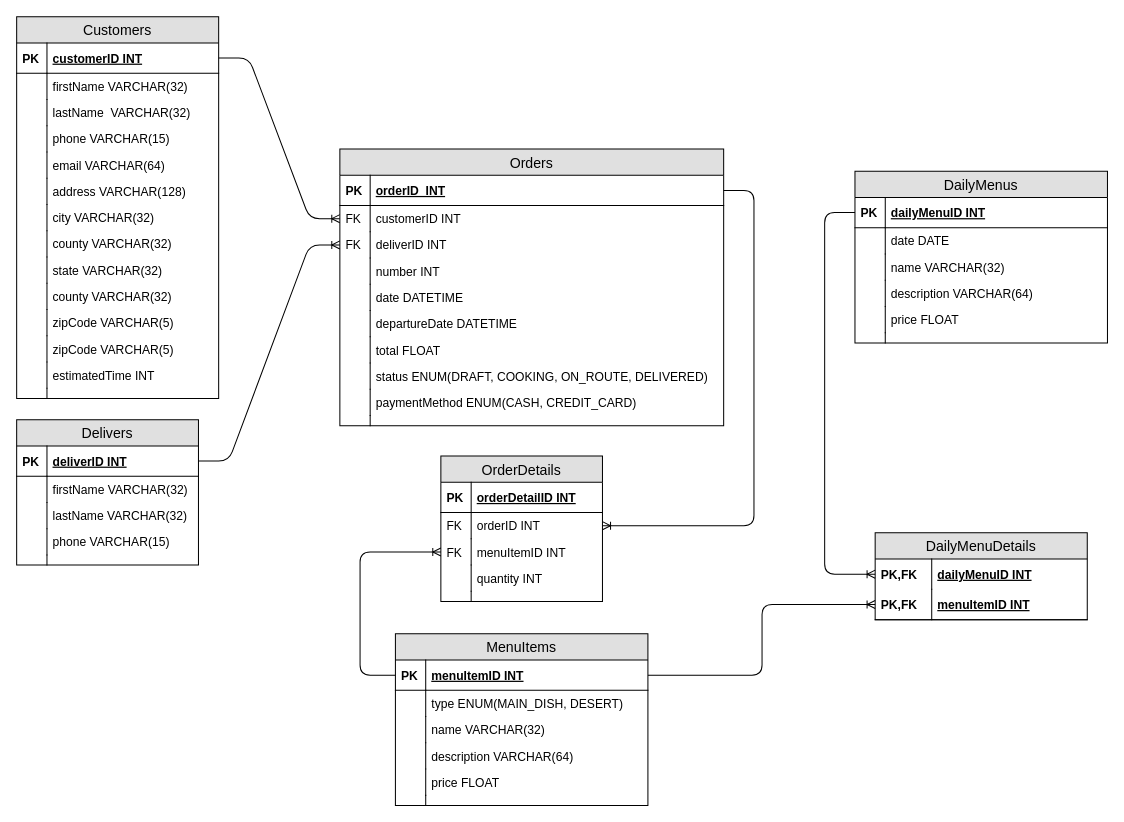
elbertcastaneda/oc-MapFoodDeliverySiteExpressFood keeps this draw.io diagram as oc-MapFoodDeliverySiteExpressFood.drawio. Above is the earlier version. Source tidied: cells renumbered, new cells numbered last; positions are measured from the earlier drawing's top-left corner, leaving out a move shared by most shapes. Both pictures are drawn from the tidied source at 101%, with x=0, y=0 at pixel (16, 16).
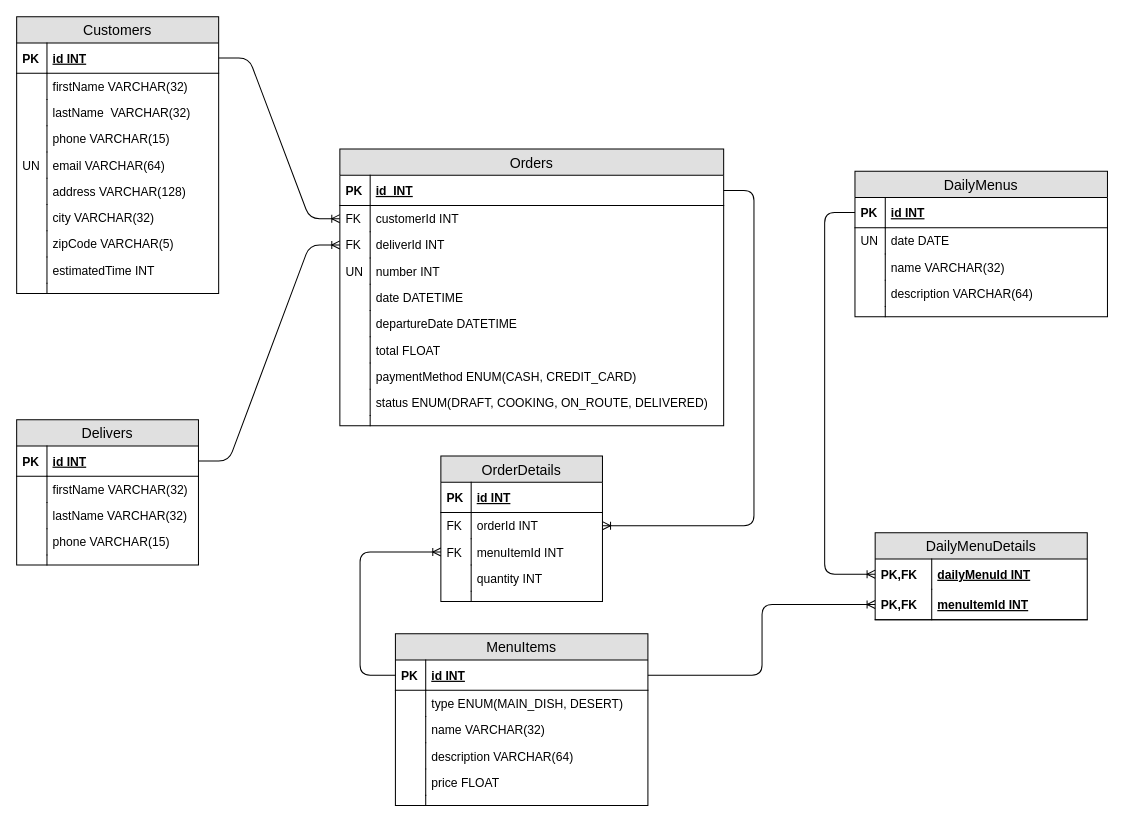
The same diagram, later.

Unchanged cells that the change refers to:
```xml
<mxCell id="2" style="group;" parent="1" vertex="1">
  <mxGeometry y="18" width="200" height="326" as="geometry" />
</mxCell>
<mxCell id="12" value="email VARCHAR(64)" style="shape=partialRectangle;top=0;left=0;right=0;bottom=0;align=left;verticalAlign=top;fillColor=none;spacingLeft=34;spacingRight=4;overflow=hidden;fontSize=12;" parent="3" vertex="1">
  <mxGeometry y="134" width="200" height="26" as="geometry" />
</mxCell>
<mxCell id="33" value="Orders" style="swimlane;fontStyle=0;horizontal=1;startSize=26;fillColor=#e0e0e0;swimlaneFillColor=#ffffff;align=center;fontSize=14;" parent="1" vertex="1">
  <mxGeometry x="320" y="131" width="380" height="274" as="geometry" />
</mxCell>
<mxCell id="40" value="number INT" style="shape=partialRectangle;top=0;left=0;right=0;bottom=0;align=left;verticalAlign=top;fillColor=none;spacingLeft=34;spacingRight=4;overflow=hidden;fontSize=12;" parent="33" vertex="1">
  <mxGeometry y="108" width="380" height="26" as="geometry" />
</mxCell>
<mxCell id="56" value="OrderDetails" style="swimlane;fontStyle=0;horizontal=1;startSize=26;fillColor=#e0e0e0;swimlaneFillColor=#ffffff;align=center;fontSize=14;" parent="55" vertex="1">
  <mxGeometry width="160" height="144" as="geometry" />
</mxCell>
<mxCell id="68" value="Delivers" style="swimlane;fontStyle=0;horizontal=1;startSize=26;fillColor=#e0e0e0;swimlaneFillColor=#ffffff;align=center;fontSize=14;" parent="1" vertex="1">
  <mxGeometry y="399" width="180" height="144" as="geometry" />
</mxCell>
<mxCell id="79" value="MenuItems" style="swimlane;fontStyle=0;horizontal=1;startSize=26;fillColor=#e0e0e0;swimlaneFillColor=#ffffff;align=center;fontSize=14;" parent="1" vertex="1">
  <mxGeometry x="375" y="611" width="250" height="170" as="geometry" />
</mxCell>
<mxCell id="96" value="date DATE" style="shape=partialRectangle;top=0;left=0;right=0;bottom=0;align=left;verticalAlign=top;fillColor=none;spacingLeft=34;spacingRight=4;overflow=hidden;fontSize=12;" parent="93" vertex="1">
  <mxGeometry y="56" width="250" height="26" as="geometry" />
</mxCell>
<mxCell id="106" value="DailyMenuDetails" style="swimlane;fontStyle=0;horizontal=1;startSize=26;fillColor=#e0e0e0;swimlaneFillColor=#ffffff;align=center;fontSize=14;" parent="1" vertex="1">
  <mxGeometry x="850" y="511" width="210" height="86" as="geometry" />
</mxCell>
```

The edit, as a diff of the source:
```diff
@@
     <mxCell id="3" value="Customers" style="swimlane;fontStyle=0;horizontal=1;startSize=26;fillColor=#e0e0e0;swimlaneFillColor=#ffffff;align=center;fontSize=14;" parent="2" vertex="1">
-      <mxGeometry y="-18" width="200" height="378" as="geometry" />
+      <mxGeometry y="-18" width="200" height="274" as="geometry" />
     </mxCell>
-    <mxCell id="4" value="customerID INT" style="shape=partialRectangle;top=0;left=0;right=0;bottom=1;align=left;verticalAlign=middle;fillColor=none;spacingLeft=34;spacingRight=4;overflow=hidden;points=[[0,0.5],[1,0.5]];portConstraint=eastwest;fontStyle=5;fontSize=12;" parent="3" vertex="1">
+    <mxCell id="4" value="id INT" style="shape=partialRectangle;top=0;left=0;right=0;bottom=1;align=left;verticalAlign=middle;fillColor=none;spacingLeft=34;spacingRight=4;overflow=hidden;points=[[0,0.5],[1,0.5]];portConstraint=eastwest;fontStyle=5;fontSize=12;" parent="3" vertex="1">
       <mxGeometry y="26" width="200" height="30" as="geometry" />
     </mxCell>
@@
-    <mxCell id="13" style="shape=partialRectangle;top=0;left=0;bottom=0;fillColor=none;align=left;verticalAlign=top;spacingLeft=4;spacingRight=4;overflow=hidden;fontSize=12;" parent="12" vertex="1">
+    <mxCell id="13" value="UN" style="shape=partialRectangle;top=0;left=0;bottom=0;fillColor=none;align=left;verticalAlign=top;spacingLeft=4;spacingRight=4;overflow=hidden;fontSize=12;" parent="12" vertex="1">
       <mxGeometry width="30" height="26" as="geometry" />
     </mxCell>
@@
-    <mxCell id="18" value="county VARCHAR(32)" style="shape=partialRectangle;top=0;left=0;right=0;bottom=0;align=left;verticalAlign=top;fillColor=none;spacingLeft=34;spacingRight=4;overflow=hidden;fontSize=12;" parent="3" vertex="1">
-      <mxGeometry y="212" width="200" height="26" as="geometry" />
-    </mxCell>
-    <mxCell id="19" style="shape=partialRectangle;top=0;left=0;bottom=0;fillColor=none;align=left;verticalAlign=top;spacingLeft=4;spacingRight=4;overflow=hidden;fontSize=12;" parent="18" vertex="1">
-      <mxGeometry width="30" height="26" as="geometry" />
-    </mxCell>
-    <mxCell id="20" value="state VARCHAR(32)" style="shape=partialRectangle;top=0;left=0;right=0;bottom=0;align=left;verticalAlign=top;fillColor=none;spacingLeft=34;spacingRight=4;overflow=hidden;fontSize=12;" parent="3" vertex="1">
-      <mxGeometry y="238" width="200" height="26" as="geometry" />
-    </mxCell>
-    <mxCell id="21" style="shape=partialRectangle;top=0;left=0;bottom=0;fillColor=none;align=left;verticalAlign=top;spacingLeft=4;spacingRight=4;overflow=hidden;fontSize=12;" parent="20" vertex="1">
-      <mxGeometry width="30" height="26" as="geometry" />
-    </mxCell>
-    <mxCell id="22" value="county VARCHAR(32)" style="shape=partialRectangle;top=0;left=0;right=0;bottom=0;align=left;verticalAlign=top;fillColor=none;spacingLeft=34;spacingRight=4;overflow=hidden;fontSize=12;" parent="3" vertex="1">
-      <mxGeometry y="264" width="200" height="26" as="geometry" />
-    </mxCell>
-    <mxCell id="23" style="shape=partialRectangle;top=0;left=0;bottom=0;fillColor=none;align=left;verticalAlign=top;spacingLeft=4;spacingRight=4;overflow=hidden;fontSize=12;" parent="22" vertex="1">
-      <mxGeometry width="30" height="26" as="geometry" />
-    </mxCell>
     <mxCell id="24" value="zipCode VARCHAR(5)" style="shape=partialRectangle;top=0;left=0;right=0;bottom=0;align=left;verticalAlign=top;fillColor=none;spacingLeft=34;spacingRight=4;overflow=hidden;fontSize=12;" parent="3" vertex="1">
-      <mxGeometry y="290" width="200" height="26" as="geometry" />
+      <mxGeometry y="212" width="200" height="26" as="geometry" />
     </mxCell>
@@
-    <mxCell id="26" value="zipCode VARCHAR(5)" style="shape=partialRectangle;top=0;left=0;right=0;bottom=0;align=left;verticalAlign=top;fillColor=none;spacingLeft=34;spacingRight=4;overflow=hidden;fontSize=12;" parent="3" vertex="1">
-      <mxGeometry y="316" width="200" height="26" as="geometry" />
-    </mxCell>
-    <mxCell id="27" style="shape=partialRectangle;top=0;left=0;bottom=0;fillColor=none;align=left;verticalAlign=top;spacingLeft=4;spacingRight=4;overflow=hidden;fontSize=12;" parent="26" vertex="1">
-      <mxGeometry width="30" height="26" as="geometry" />
-    </mxCell>
     <mxCell id="28" value="estimatedTime INT" style="shape=partialRectangle;top=0;left=0;right=0;bottom=0;align=left;verticalAlign=top;fillColor=none;spacingLeft=34;spacingRight=4;overflow=hidden;fontSize=12;" parent="3" vertex="1">
-      <mxGeometry y="342" width="200" height="26" as="geometry" />
+      <mxGeometry y="238" width="200" height="26" as="geometry" />
     </mxCell>
@@
     <mxCell id="30" style="shape=partialRectangle;top=0;left=0;right=0;bottom=0;align=left;verticalAlign=top;fillColor=none;spacingLeft=34;spacingRight=4;overflow=hidden;fontSize=12;" parent="3" vertex="1">
-      <mxGeometry y="368" width="200" height="10" as="geometry" />
+      <mxGeometry y="264" width="200" height="10" as="geometry" />
     </mxCell>
@@
-    <mxCell id="34" value="orderID  INT" style="shape=partialRectangle;top=0;left=0;right=0;bottom=1;align=left;verticalAlign=middle;fillColor=none;spacingLeft=34;spacingRight=4;overflow=hidden;points=[[0,0.5],[1,0.5]];portConstraint=eastwest;fontStyle=5;fontSize=12;" parent="33" vertex="1">
+    <mxCell id="34" value="id  INT" style="shape=partialRectangle;top=0;left=0;right=0;bottom=1;align=left;verticalAlign=middle;fillColor=none;spacingLeft=34;spacingRight=4;overflow=hidden;points=[[0,0.5],[1,0.5]];portConstraint=eastwest;fontStyle=5;fontSize=12;" parent="33" vertex="1">
       <mxGeometry y="26" width="380" height="30" as="geometry" />
     </mxCell>
@@
-    <mxCell id="36" value="customerID INT" style="shape=partialRectangle;top=0;left=0;right=0;bottom=0;align=left;verticalAlign=top;fillColor=none;spacingLeft=34;spacingRight=4;overflow=hidden;points=[[0,0.5],[1,0.5]];portConstraint=eastwest;fontSize=12;" parent="33" vertex="1">
+    <mxCell id="36" value="customerId INT" style="shape=partialRectangle;top=0;left=0;right=0;bottom=0;align=left;verticalAlign=top;fillColor=none;spacingLeft=34;spacingRight=4;overflow=hidden;points=[[0,0.5],[1,0.5]];portConstraint=eastwest;fontSize=12;" parent="33" vertex="1">
       <mxGeometry y="56" width="380" height="26" as="geometry" />
     </mxCell>
@@
-    <mxCell id="38" value="deliverID INT" style="shape=partialRectangle;top=0;left=0;right=0;bottom=0;align=left;verticalAlign=top;fillColor=none;spacingLeft=34;spacingRight=4;overflow=hidden;points=[[0,0.5],[1,0.5]];portConstraint=eastwest;fontSize=12;" parent="33" vertex="1">
+    <mxCell id="38" value="deliverId INT" style="shape=partialRectangle;top=0;left=0;right=0;bottom=0;align=left;verticalAlign=top;fillColor=none;spacingLeft=34;spacingRight=4;overflow=hidden;points=[[0,0.5],[1,0.5]];portConstraint=eastwest;fontSize=12;" parent="33" vertex="1">
       <mxGeometry y="82" width="380" height="26" as="geometry" />
     </mxCell>
@@
-    <mxCell id="41" style="shape=partialRectangle;top=0;left=0;bottom=0;fillColor=none;align=left;verticalAlign=top;spacingLeft=4;spacingRight=4;overflow=hidden;fontSize=12;" parent="40" vertex="1">
+    <mxCell id="41" value="UN" style="shape=partialRectangle;top=0;left=0;bottom=0;fillColor=none;align=left;verticalAlign=top;spacingLeft=4;spacingRight=4;overflow=hidden;fontSize=12;" parent="40" vertex="1">
       <mxGeometry width="30" height="26" as="geometry" />
     </mxCell>
@@
+    <mxCell id="50" value="paymentMethod ENUM(CASH, CREDIT_CARD)" style="shape=partialRectangle;top=0;left=0;right=0;bottom=0;align=left;verticalAlign=top;fillColor=none;spacingLeft=34;spacingRight=4;overflow=hidden;fontSize=12;" parent="33" vertex="1">
+      <mxGeometry y="212" width="380" height="26" as="geometry" />
+    </mxCell>
+    <mxCell id="51" style="shape=partialRectangle;top=0;left=0;bottom=0;fillColor=none;align=left;verticalAlign=top;spacingLeft=4;spacingRight=4;overflow=hidden;fontSize=12;" parent="50" vertex="1">
+      <mxGeometry width="30" height="26" as="geometry" />
+    </mxCell>
     <mxCell id="48" value="status ENUM(DRAFT, COOKING, ON_ROUTE, DELIVERED)" style="shape=partialRectangle;top=0;left=0;right=0;bottom=0;align=left;verticalAlign=top;fillColor=none;spacingLeft=34;spacingRight=4;overflow=hidden;fontSize=12;" parent="33" vertex="1">
-      <mxGeometry y="212" width="380" height="26" as="geometry" />
+      <mxGeometry y="238" width="380" height="26" as="geometry" />
     </mxCell>
@@
-    <mxCell id="50" value="paymentMethod ENUM(CASH, CREDIT_CARD)" style="shape=partialRectangle;top=0;left=0;right=0;bottom=0;align=left;verticalAlign=top;fillColor=none;spacingLeft=34;spacingRight=4;overflow=hidden;fontSize=12;" parent="33" vertex="1">
-      <mxGeometry y="238" width="380" height="26" as="geometry" />
-    </mxCell>
-    <mxCell id="51" style="shape=partialRectangle;top=0;left=0;bottom=0;fillColor=none;align=left;verticalAlign=top;spacingLeft=4;spacingRight=4;overflow=hidden;fontSize=12;" parent="50" vertex="1">
-      <mxGeometry width="30" height="26" as="geometry" />
-    </mxCell>
@@
-    <mxCell id="57" value="orderDetailID INT" style="shape=partialRectangle;top=0;left=0;right=0;bottom=1;align=left;verticalAlign=middle;fillColor=none;spacingLeft=34;spacingRight=4;overflow=hidden;fontStyle=5;fontSize=12;" parent="56" vertex="1">
+    <mxCell id="57" value="id INT" style="shape=partialRectangle;top=0;left=0;right=0;bottom=1;align=left;verticalAlign=middle;fillColor=none;spacingLeft=34;spacingRight=4;overflow=hidden;fontStyle=5;fontSize=12;" parent="56" vertex="1">
       <mxGeometry y="26" width="160" height="30" as="geometry" />
     </mxCell>
@@
-    <mxCell id="59" value="orderID INT" style="shape=partialRectangle;top=0;left=0;right=0;bottom=0;align=left;verticalAlign=top;fillColor=none;spacingLeft=34;spacingRight=4;overflow=hidden;points=[[0,0.5],[1,0.5]];portConstraint=eastwest;fontSize=12;" parent="56" vertex="1">
+    <mxCell id="59" value="orderId INT" style="shape=partialRectangle;top=0;left=0;right=0;bottom=0;align=left;verticalAlign=top;fillColor=none;spacingLeft=34;spacingRight=4;overflow=hidden;points=[[0,0.5],[1,0.5]];portConstraint=eastwest;fontSize=12;" parent="56" vertex="1">
       <mxGeometry y="56" width="160" height="26" as="geometry" />
     </mxCell>
@@
-    <mxCell id="61" value="menuItemID INT" style="shape=partialRectangle;top=0;left=0;right=0;bottom=0;align=left;verticalAlign=top;fillColor=none;spacingLeft=34;spacingRight=4;overflow=hidden;points=[[0,0.5],[1,0.5]];portConstraint=eastwest;fontSize=12;" parent="56" vertex="1">
+    <mxCell id="61" value="menuItemId INT" style="shape=partialRectangle;top=0;left=0;right=0;bottom=0;align=left;verticalAlign=top;fillColor=none;spacingLeft=34;spacingRight=4;overflow=hidden;points=[[0,0.5],[1,0.5]];portConstraint=eastwest;fontSize=12;" parent="56" vertex="1">
       <mxGeometry y="82" width="160" height="26" as="geometry" />
     </mxCell>
@@
-    <mxCell id="69" value="deliverID INT" style="shape=partialRectangle;top=0;left=0;right=0;bottom=1;align=left;verticalAlign=middle;fillColor=none;spacingLeft=34;spacingRight=4;overflow=hidden;points=[[0,0.5],[1,0.5]];portConstraint=eastwest;fontStyle=5;fontSize=12;" parent="68" vertex="1">
+    <mxCell id="69" value="id INT" style="shape=partialRectangle;top=0;left=0;right=0;bottom=1;align=left;verticalAlign=middle;fillColor=none;spacingLeft=34;spacingRight=4;overflow=hidden;points=[[0,0.5],[1,0.5]];portConstraint=eastwest;fontStyle=5;fontSize=12;" parent="68" vertex="1">
       <mxGeometry y="26" width="180" height="30" as="geometry" />
     </mxCell>
@@
-    <mxCell id="80" value="menuItemID INT" style="shape=partialRectangle;top=0;left=0;right=0;bottom=1;align=left;verticalAlign=middle;fillColor=none;spacingLeft=34;spacingRight=4;overflow=hidden;points=[[0,0.5],[1,0.5]];portConstraint=eastwest;fontStyle=5;fontSize=12;" parent="79" vertex="1">
+    <mxCell id="80" value="id INT" style="shape=partialRectangle;top=0;left=0;right=0;bottom=1;align=left;verticalAlign=middle;fillColor=none;spacingLeft=34;spacingRight=4;overflow=hidden;points=[[0,0.5],[1,0.5]];portConstraint=eastwest;fontStyle=5;fontSize=12;" parent="79" vertex="1">
       <mxGeometry y="26" width="250" height="30" as="geometry" />
     </mxCell>
@@
     <mxCell id="93" value="DailyMenus" style="swimlane;fontStyle=0;horizontal=1;startSize=26;fillColor=#e0e0e0;swimlaneFillColor=#ffffff;align=center;fontSize=14;" parent="1" vertex="1">
-      <mxGeometry x="830" y="153" width="250" height="170" as="geometry" />
+      <mxGeometry x="830" y="153" width="250" height="144" as="geometry" />
     </mxCell>
-    <mxCell id="94" value="dailyMenuID INT" style="shape=partialRectangle;top=0;left=0;right=0;bottom=1;align=left;verticalAlign=middle;fillColor=none;spacingLeft=34;spacingRight=4;overflow=hidden;points=[[0,0.5],[1,0.5]];portConstraint=eastwest;fontStyle=5;fontSize=12;" parent="93" vertex="1">
+    <mxCell id="94" value="id INT" style="shape=partialRectangle;top=0;left=0;right=0;bottom=1;align=left;verticalAlign=middle;fillColor=none;spacingLeft=34;spacingRight=4;overflow=hidden;points=[[0,0.5],[1,0.5]];portConstraint=eastwest;fontStyle=5;fontSize=12;" parent="93" vertex="1">
       <mxGeometry y="26" width="250" height="30" as="geometry" />
     </mxCell>
@@
-    <mxCell id="97" style="shape=partialRectangle;top=0;left=0;bottom=0;fillColor=none;align=left;verticalAlign=top;spacingLeft=4;spacingRight=4;overflow=hidden;fontSize=12;" parent="96" vertex="1">
+    <mxCell id="97" value="UN" style="shape=partialRectangle;top=0;left=0;bottom=0;fillColor=none;align=left;verticalAlign=top;spacingLeft=4;spacingRight=4;overflow=hidden;fontSize=12;" parent="96" vertex="1">
       <mxGeometry width="30" height="26" as="geometry" />
     </mxCell>
@@
-    <mxCell id="102" value="price FLOAT" style="shape=partialRectangle;top=0;left=0;right=0;bottom=0;align=left;verticalAlign=top;fillColor=none;spacingLeft=34;spacingRight=4;overflow=hidden;fontSize=12;" parent="93" vertex="1">
-      <mxGeometry y="134" width="250" height="26" as="geometry" />
-    </mxCell>
-    <mxCell id="103" style="shape=partialRectangle;top=0;left=0;bottom=0;fillColor=none;align=left;verticalAlign=top;spacingLeft=4;spacingRight=4;overflow=hidden;fontSize=12;" parent="102" vertex="1">
-      <mxGeometry width="30" height="26" as="geometry" />
-    </mxCell>
     <mxCell id="104" style="shape=partialRectangle;top=0;left=0;right=0;bottom=0;align=left;verticalAlign=top;fillColor=none;spacingLeft=34;spacingRight=4;overflow=hidden;fontSize=12;" parent="93" vertex="1">
-      <mxGeometry y="160" width="250" height="10" as="geometry" />
+      <mxGeometry y="134" width="250" height="10" as="geometry" />
     </mxCell>
@@
-    <mxCell id="107" value="dailyMenuID INT" style="shape=partialRectangle;top=0;left=0;right=0;bottom=0;align=left;verticalAlign=middle;fillColor=none;spacingLeft=60;spacingRight=4;overflow=hidden;points=[[0,0.5],[1,0.5]];portConstraint=eastwest;fontStyle=5;fontSize=12;" parent="106" vertex="1">
+    <mxCell id="107" value="dailyMenuId INT" style="shape=partialRectangle;top=0;left=0;right=0;bottom=0;align=left;verticalAlign=middle;fillColor=none;spacingLeft=60;spacingRight=4;overflow=hidden;points=[[0,0.5],[1,0.5]];portConstraint=eastwest;fontStyle=5;fontSize=12;" parent="106" vertex="1">
       <mxGeometry y="26" width="210" height="30" as="geometry" />
     </mxCell>
@@
-    <mxCell id="109" value="menuItemID INT" style="shape=partialRectangle;top=0;left=0;right=0;bottom=1;align=left;verticalAlign=middle;fillColor=none;spacingLeft=60;spacingRight=4;overflow=hidden;points=[[0,0.5],[1,0.5]];portConstraint=eastwest;fontStyle=5;fontSize=12;" parent="106" vertex="1">
+    <mxCell id="109" value="menuItemId INT" style="shape=partialRectangle;top=0;left=0;right=0;bottom=1;align=left;verticalAlign=middle;fillColor=none;spacingLeft=60;spacingRight=4;overflow=hidden;points=[[0,0.5],[1,0.5]];portConstraint=eastwest;fontStyle=5;fontSize=12;" parent="106" vertex="1">
       <mxGeometry y="56" width="210" height="30" as="geometry" />
     </mxCell>
```
